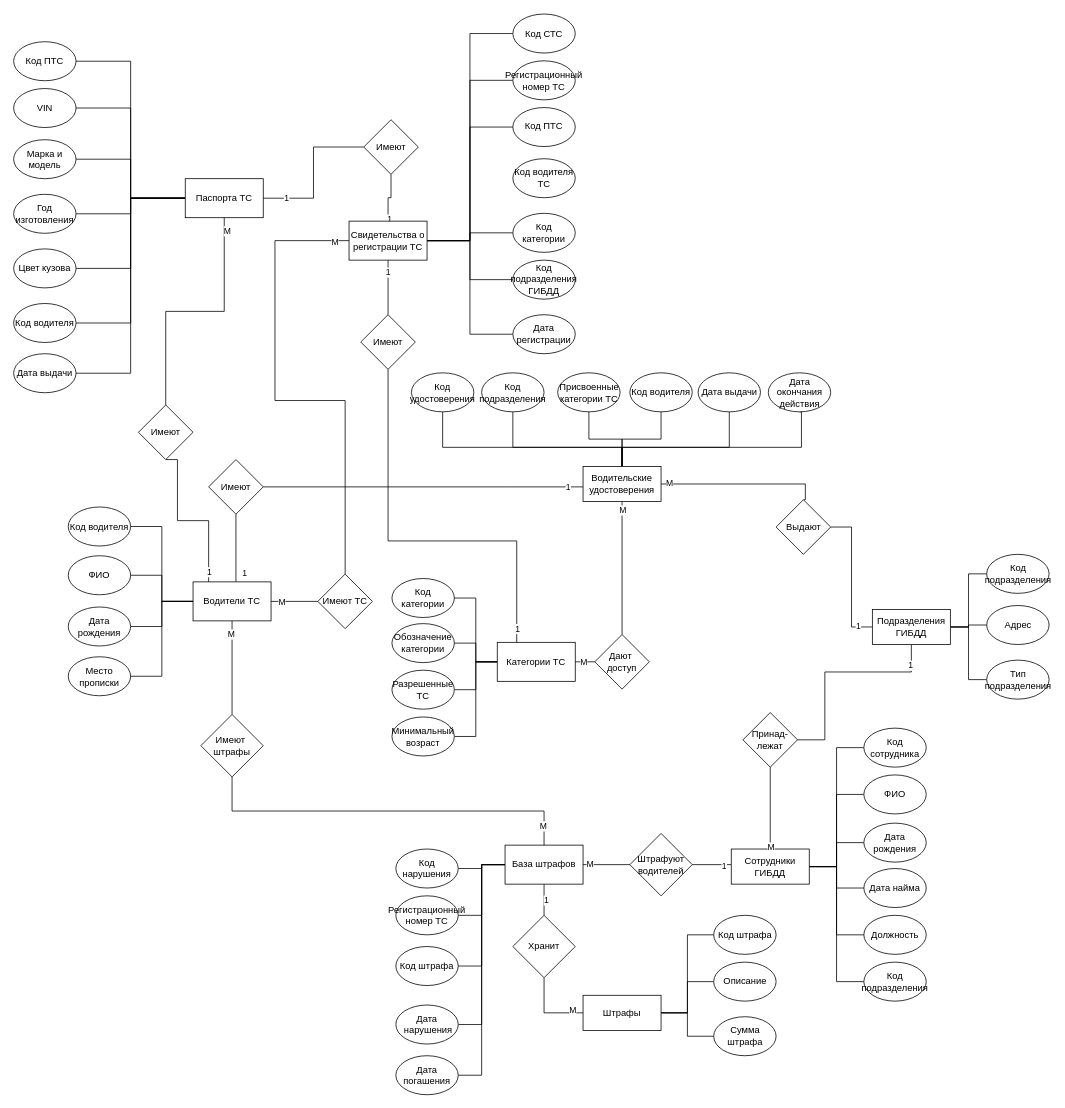
duahifnv/TrafficInspectionApp keeps this draw.io diagram as RelateModel.drawio. Above is the earlier version. Source tidied: cells renumbered, new cells numbered last; positions are measured from the earlier drawing's top-left corner, leaving out a move shared by most shapes. Both pictures are drawn from the tidied source at 78%, with x=0, y=0 at pixel (13, 13).
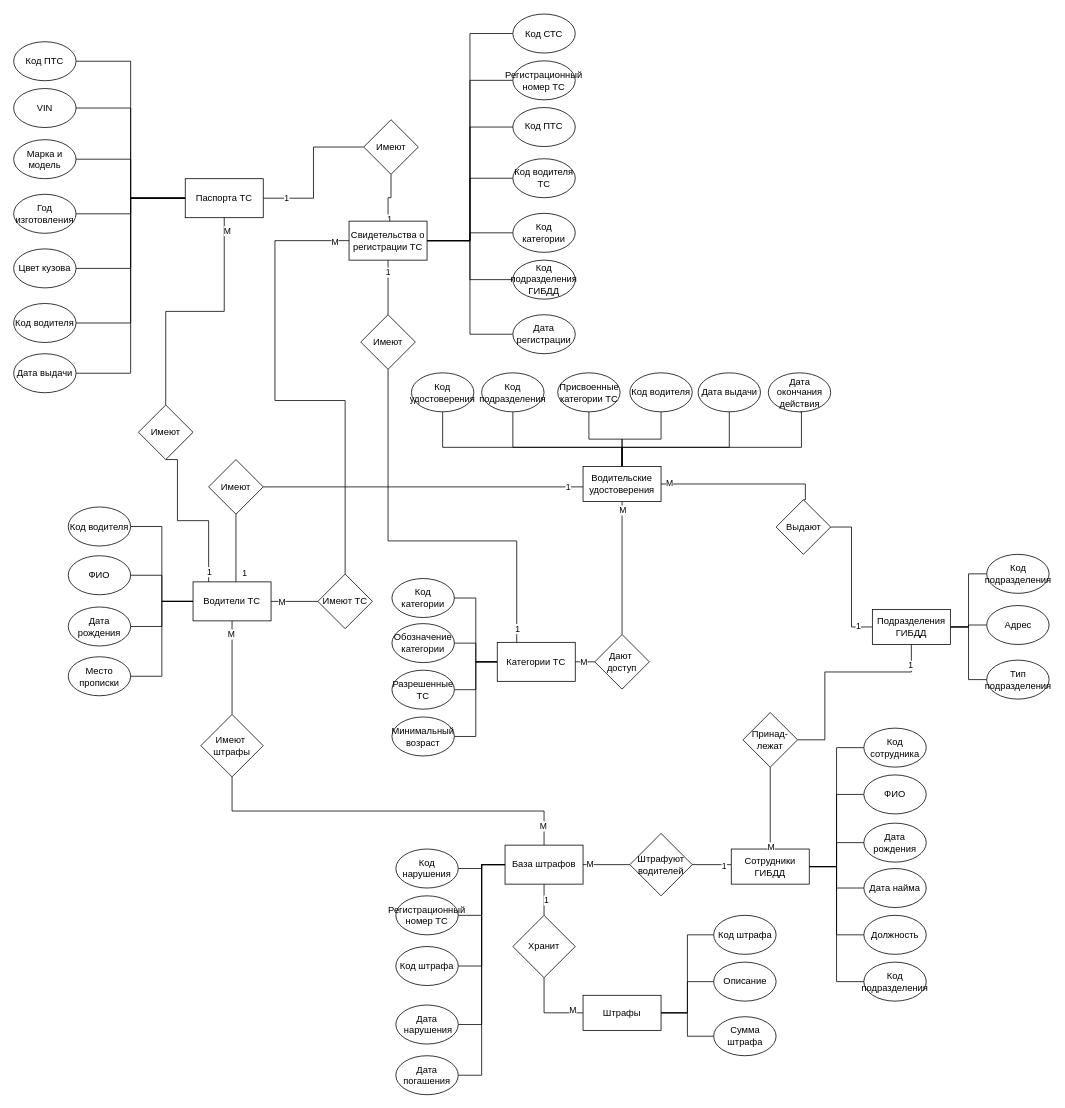
After the change.

The change refers to these unchanged cells:
```xml
<mxCell id="120" value="Свидетельства о регистрации ТС" style="rounded=0;whiteSpace=wrap;html=1;" parent="1" vertex="1">
  <mxGeometry x="430" y="266" width="100" height="50" as="geometry" />
</mxCell>
<mxCell id="143" value="Код водителя ТС" style="ellipse;whiteSpace=wrap;html=1;" parent="1" vertex="1">
  <mxGeometry x="640" y="186" width="80" height="50" as="geometry" />
</mxCell>
```

The edit, as a diff of the source:
```diff
@@
+    <mxCell id="155" style="edgeStyle=orthogonalEdgeStyle;rounded=0;jettySize=auto;html=1;entryX=0;entryY=0.5;entryDx=0;entryDy=0;endArrow=none;endFill=0;" parent="1" edge="1" source="120" target="143">
+      <mxGeometry relative="1" as="geometry" />
+    </mxCell>
```
